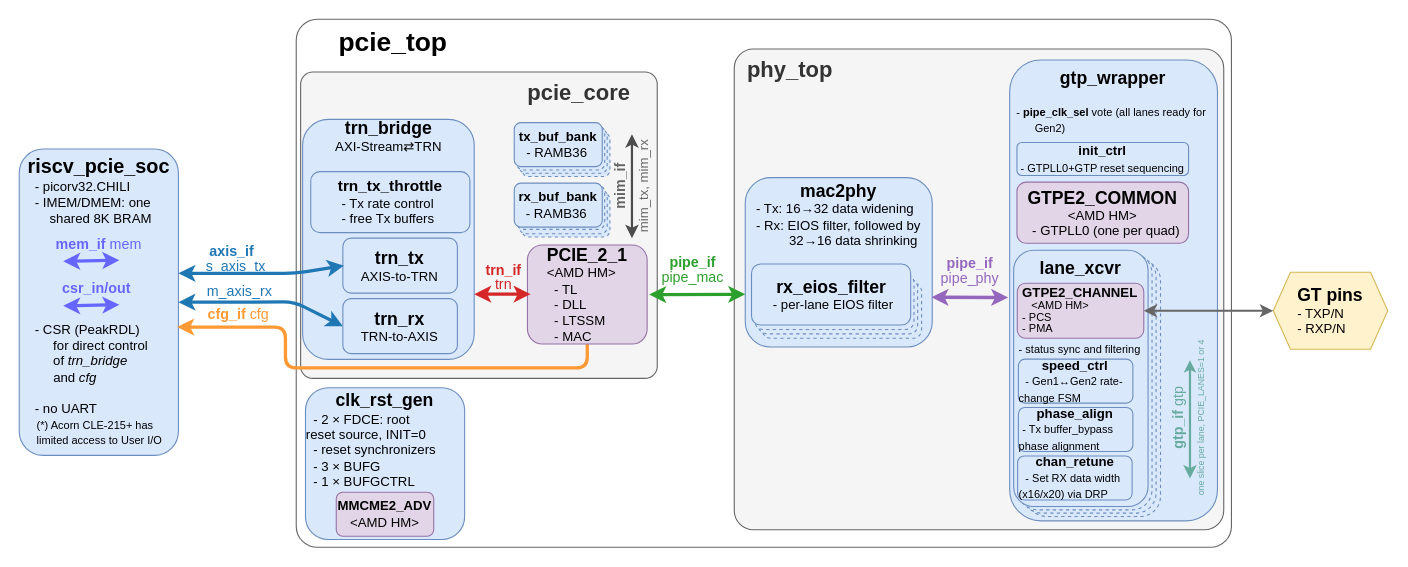
Before: 0.doc/2.rtl/block-diagram.drawio in chili-chips-ba/openPCIE, a draw.io diagram. Source tidied: cells renumbered, new cells numbered last; positions are measured from the earlier drawing's top-left corner, leaving out a move shared by most shapes. Both pictures are drawn from the tidied source at 110%, with x=0, y=0 at pixel (19, 19).
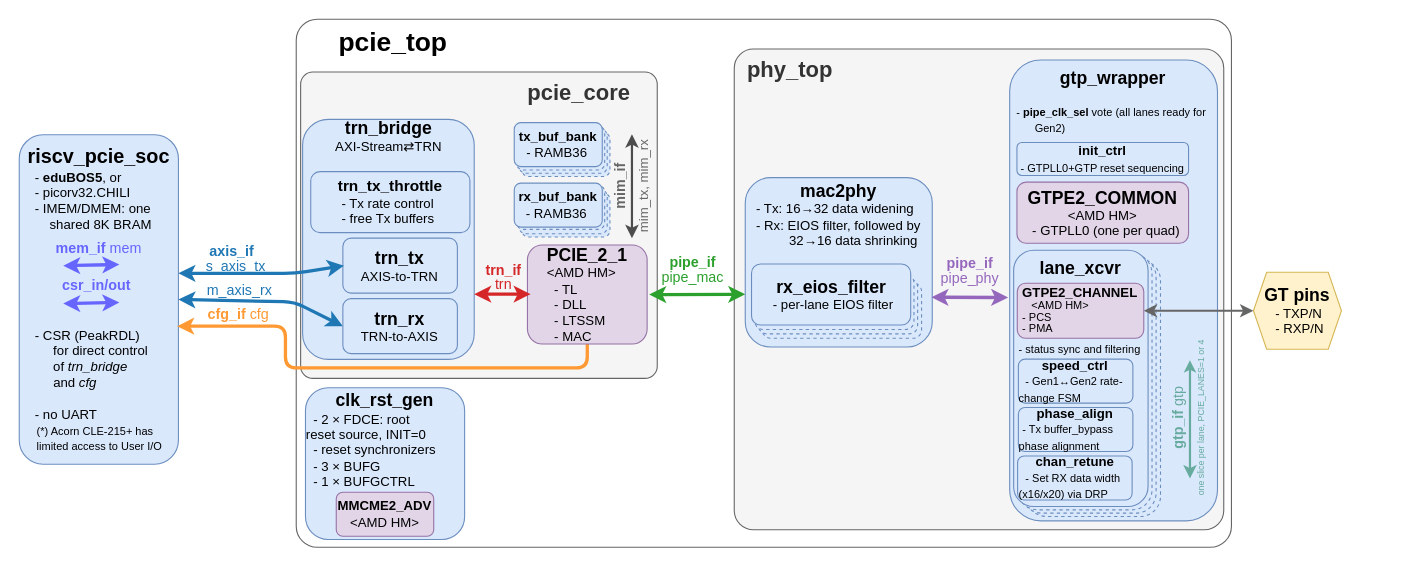
The same page after the edit.

Commit message (it also covers changes not shown here):
block diagram touchups

Diff of the diagram source:
```diff
@@
-    <mxCell id="10" value="&lt;b&gt;&lt;font style=&quot;font-size: 16px;&quot;&gt;GT pins&lt;/font&gt;&lt;/b&gt;&lt;br&gt;&lt;div style=&quot;text-align: left;&quot;&gt;&lt;span style=&quot;background-color: transparent; color: light-dark(rgb(0, 0, 0), rgb(255, 255, 255));&quot;&gt;- TXP/N&lt;/span&gt;&lt;/div&gt;&lt;div style=&quot;text-align: left;&quot;&gt;- RXP/N&lt;/div&gt;" style="shape=hexagon;perimeter=hexagonPerimeter2;size=0.15;whiteSpace=wrap;html=1;fillColor=#fff2cc;strokeColor=#d6b656;" parent="1" vertex="1">
-      <mxGeometry x="1140" y="230" width="104.1" height="70" as="geometry" />
+    <mxCell id="10" value="&lt;b&gt;&lt;font style=&quot;font-size: 16px;&quot;&gt;GT pins&lt;/font&gt;&lt;/b&gt;&lt;br&gt;&lt;div style=&quot;text-align: left;&quot;&gt;&lt;span style=&quot;background-color: transparent; color: light-dark(rgb(0, 0, 0), rgb(255, 255, 255));&quot;&gt;&amp;nbsp; &amp;nbsp;- TXP/N&lt;/span&gt;&lt;/div&gt;&lt;div style=&quot;text-align: left;&quot;&gt;&amp;nbsp; &amp;nbsp;- RXP/N&lt;/div&gt;" style="shape=hexagon;perimeter=hexagonPerimeter2;size=0.15;whiteSpace=wrap;html=1;fillColor=#fff2cc;strokeColor=#d6b656;" parent="1" vertex="1">
+      <mxGeometry x="1122" y="230" width="80" height="70" as="geometry" />
     </mxCell>
-    <mxCell id="11" value="&lt;b&gt;&lt;font style=&quot;font-size: 18px;&quot;&gt;riscv_pcie_soc&lt;/font&gt;&lt;/b&gt;&lt;div&gt;&lt;div&gt;&lt;div style=&quot;text-align: left;&quot;&gt;&lt;span style=&quot;background-color: transparent; color: light-dark(rgb(0, 0, 0), rgb(255, 255, 255));&quot;&gt;&amp;nbsp; - picorv32.CHILI&lt;/span&gt;&lt;/div&gt;&lt;div style=&quot;text-align: left;&quot;&gt;&amp;nbsp; -&amp;nbsp;IMEM/DMEM: one&lt;/div&gt;&lt;div style=&quot;text-align: left;&quot;&gt;&amp;nbsp; &amp;nbsp; &amp;nbsp; shared 8K BRAM&lt;/div&gt;&lt;div style=&quot;text-align: left;&quot;&gt;&lt;br&gt;&lt;/div&gt;&lt;div style=&quot;text-align: left;&quot;&gt;&lt;br&gt;&lt;/div&gt;&lt;div style=&quot;text-align: left;&quot;&gt;&lt;br&gt;&lt;/div&gt;&lt;div style=&quot;text-align: left;&quot;&gt;&lt;br&gt;&lt;/div&gt;&lt;div style=&quot;text-align: left;&quot;&gt;&lt;br&gt;&lt;/div&gt;&lt;div style=&quot;text-align: left;&quot;&gt;&amp;nbsp;&amp;nbsp;&lt;/div&gt;&lt;div style=&quot;text-align: left;&quot;&gt;&amp;nbsp; - CSR (PeakRDL)&lt;/div&gt;&lt;div style=&quot;text-align: left;&quot;&gt;&amp;nbsp; &amp;nbsp; &amp;nbsp; &amp;nbsp;for direct control&lt;/div&gt;&lt;div style=&quot;text-align: left;&quot;&gt;&amp;nbsp; &amp;nbsp; &amp;nbsp; &amp;nbsp;of &lt;i style=&quot;background-color: transparent; color: light-dark(rgb(0, 0, 0), rgb(255, 255, 255));&quot;&gt;trn_bridge&lt;/i&gt;&lt;/div&gt;&lt;div style=&quot;text-align: left;&quot;&gt;&lt;i style=&quot;background-color: transparent; color: light-dark(rgb(0, 0, 0), rgb(255, 255, 255));&quot;&gt;&amp;nbsp; &amp;nbsp; &amp;nbsp; &amp;nbsp;&lt;/i&gt;&lt;span style=&quot;background-color: transparent; color: light-dark(rgb(0, 0, 0), rgb(255, 255, 255));&quot;&gt;and&lt;/span&gt;&lt;i style=&quot;background-color: transparent; color: light-dark(rgb(0, 0, 0), rgb(255, 255, 255));&quot;&gt; cfg&lt;/i&gt;&lt;/div&gt;&lt;div style=&quot;text-align: left;&quot;&gt;&lt;br&gt;&lt;/div&gt;&lt;div style=&quot;text-align: left;&quot;&gt;&lt;span style=&quot;background-color: transparent; color: light-dark(rgb(0, 0, 0), rgb(255, 255, 255));&quot;&gt;&amp;nbsp; - no UART&lt;/span&gt;&lt;/div&gt;&lt;div style=&quot;text-align: left;&quot;&gt;&lt;span style=&quot;font-size: 10px; background-color: transparent; color: light-dark(rgb(0, 0, 0), rgb(255, 255, 255));&quot;&gt;&amp;nbsp; &amp;nbsp;(*) Acorn CLE-215+ has&lt;/span&gt;&lt;span style=&quot;font-size: 10px; background-color: transparent; color: light-dark(rgb(0, 0, 0), rgb(255, 255, 255));&quot;&gt;&amp;nbsp;&lt;/span&gt;&lt;/div&gt;&lt;div style=&quot;text-align: left;&quot;&gt;&lt;span style=&quot;font-size: 10px; background-color: transparent; color: light-dark(rgb(0, 0, 0), rgb(255, 255, 255));&quot;&gt;&amp;nbsp; &amp;nbsp;limited access to User I/O&lt;/span&gt;&lt;/div&gt;&lt;/div&gt;&lt;/div&gt;" style="rounded=1;whiteSpace=wrap;html=1;fillColor=#dae8fc;strokeColor=#6c8ebf;points=[[0,0,1,0,0],[0,0.125,0,0,0],[0,0.25,1,0,0],[0,0.75,1,0,0],[0,1,1,0,0],[0.25,0,1,0,0],[0.25,1,1,0,0],[0.5,0,1,0,0],[0.5,1,1,0,0],[0.75,0,1,0,0],[0.75,1,1,0,0],[1,0,1,0,0],[1,0.25,1,0,0],[1,0.4,0,0,0],[1,0.5,0,0,0],[1,0.604348,0,0,0],[1,1,1,0,0]];" parent="1" vertex="1">
-      <mxGeometry y="118" width="144.7" height="278.5" as="geometry" />
+    <mxCell id="11" value="&lt;b&gt;&lt;font style=&quot;font-size: 18px;&quot;&gt;riscv_pcie_soc&lt;/font&gt;&lt;/b&gt;&lt;div&gt;&lt;div&gt;&lt;div style=&quot;text-align: left;&quot;&gt;&lt;span style=&quot;background-color: transparent; color: light-dark(rgb(0, 0, 0), rgb(255, 255, 255));&quot;&gt;&amp;nbsp; - &lt;b&gt;eduBOS5&lt;/b&gt;, or&lt;/span&gt;&lt;/div&gt;&lt;div style=&quot;text-align: left;&quot;&gt;&lt;span style=&quot;background-color: transparent; color: light-dark(rgb(0, 0, 0), rgb(255, 255, 255));&quot;&gt;&amp;nbsp; - picorv32.CHILI&lt;/span&gt;&lt;/div&gt;&lt;div style=&quot;text-align: left;&quot;&gt;&amp;nbsp; -&amp;nbsp;IMEM/DMEM: one&lt;/div&gt;&lt;div style=&quot;text-align: left;&quot;&gt;&amp;nbsp; &amp;nbsp; &amp;nbsp; shared 8K BRAM&lt;/div&gt;&lt;div style=&quot;text-align: left;&quot;&gt;&lt;br&gt;&lt;/div&gt;&lt;div style=&quot;text-align: left;&quot;&gt;&lt;br&gt;&lt;/div&gt;&lt;div style=&quot;text-align: left;&quot;&gt;&lt;br&gt;&lt;/div&gt;&lt;div style=&quot;text-align: left;&quot;&gt;&lt;br&gt;&lt;/div&gt;&lt;div style=&quot;text-align: left;&quot;&gt;&lt;br&gt;&lt;/div&gt;&lt;div style=&quot;text-align: left;&quot;&gt;&amp;nbsp;&amp;nbsp;&lt;/div&gt;&lt;div style=&quot;text-align: left;&quot;&gt;&amp;nbsp; - CSR (PeakRDL)&lt;/div&gt;&lt;div style=&quot;text-align: left;&quot;&gt;&amp;nbsp; &amp;nbsp; &amp;nbsp; &amp;nbsp;for direct control&lt;/div&gt;&lt;div style=&quot;text-align: left;&quot;&gt;&amp;nbsp; &amp;nbsp; &amp;nbsp; &amp;nbsp;of &lt;i style=&quot;background-color: transparent; color: light-dark(rgb(0, 0, 0), rgb(255, 255, 255));&quot;&gt;trn_bridge&lt;/i&gt;&lt;/div&gt;&lt;div style=&quot;text-align: left;&quot;&gt;&lt;i style=&quot;background-color: transparent; color: light-dark(rgb(0, 0, 0), rgb(255, 255, 255));&quot;&gt;&amp;nbsp; &amp;nbsp; &amp;nbsp; &amp;nbsp;&lt;/i&gt;&lt;span style=&quot;background-color: transparent; color: light-dark(rgb(0, 0, 0), rgb(255, 255, 255));&quot;&gt;and&lt;/span&gt;&lt;i style=&quot;background-color: transparent; color: light-dark(rgb(0, 0, 0), rgb(255, 255, 255));&quot;&gt; cfg&lt;/i&gt;&lt;/div&gt;&lt;div style=&quot;text-align: left;&quot;&gt;&lt;br&gt;&lt;/div&gt;&lt;div style=&quot;text-align: left;&quot;&gt;&lt;span style=&quot;background-color: transparent; color: light-dark(rgb(0, 0, 0), rgb(255, 255, 255));&quot;&gt;&amp;nbsp; - no UART&lt;/span&gt;&lt;/div&gt;&lt;div style=&quot;text-align: left;&quot;&gt;&lt;span style=&quot;font-size: 10px; background-color: transparent; color: light-dark(rgb(0, 0, 0), rgb(255, 255, 255));&quot;&gt;&amp;nbsp; &amp;nbsp;(*) Acorn CLE-215+ has&lt;/span&gt;&lt;span style=&quot;font-size: 10px; background-color: transparent; color: light-dark(rgb(0, 0, 0), rgb(255, 255, 255));&quot;&gt;&amp;nbsp;&lt;/span&gt;&lt;/div&gt;&lt;div style=&quot;text-align: left;&quot;&gt;&lt;span style=&quot;font-size: 10px; background-color: transparent; color: light-dark(rgb(0, 0, 0), rgb(255, 255, 255));&quot;&gt;&amp;nbsp; &amp;nbsp;limited access to User I/O&lt;/span&gt;&lt;/div&gt;&lt;/div&gt;&lt;/div&gt;" style="rounded=1;whiteSpace=wrap;html=1;fillColor=#dae8fc;strokeColor=#6c8ebf;points=[[0,0,1,0,0],[0,0.125,0,0,0],[0,0.25,1,0,0],[0,0.75,1,0,0],[0,1,1,0,0],[0.25,0,1,0,0],[0.25,1,1,0,0],[0.5,0,1,0,0],[0.5,1,1,0,0],[0.75,0,1,0,0],[0.75,1,1,0,0],[1,0,1,0,0],[1,0.25,1,0,0],[1,0.4,0,0,0],[1,0.5,0,0,0],[1,0.604348,0,0,0],[1,1,1,0,0]];" parent="1" vertex="1">
+      <mxGeometry y="105" width="144.7" height="299.5" as="geometry" />
     </mxCell>
@@
     <mxCell id="32" value="&lt;div style=&quot;line-height: 90%;&quot;&gt;&lt;span style=&quot;color: rgb(102, 102, 255);&quot;&gt;mem_if&amp;nbsp;&lt;/span&gt;&lt;span style=&quot;color: rgb(102, 102, 255); font-weight: normal; background-color: transparent;&quot;&gt;mem&lt;/span&gt;&lt;/div&gt;" style="endArrow=classic;startArrow=classic;html=1;strokeWidth=3;strokeColor=#6666FF;fontColor=#d62728;labelBackgroundColor=none;fontStyle=1;fontSize=13;entryX=-0.001;entryY=0.477;entryDx=0;entryDy=0;exitX=1;exitY=0.75;exitDx=0;exitDy=0;entryPerimeter=0;" parent="1" edge="1">
       <mxGeometry x="0.27" y="15" relative="1" as="geometry">
-        <mxPoint x="40" y="220" as="sourcePoint" />
-        <mxPoint x="91" y="219" as="targetPoint" />
+        <mxPoint x="40" y="224" as="sourcePoint" />
+        <mxPoint x="91" y="223" as="targetPoint" />
         <Array as="points">
-          <mxPoint x="41" y="220" />
+          <mxPoint x="41" y="224" />
         </Array>
       </mxGeometry>
     </mxCell>
     <mxCell id="33" value="&lt;div style=&quot;line-height: 90%;&quot;&gt;&lt;span style=&quot;color: rgb(102, 102, 255);&quot;&gt;csr_in/out&lt;/span&gt;&lt;/div&gt;" style="endArrow=classic;startArrow=classic;html=1;strokeWidth=3;strokeColor=#6666FF;fontColor=#d62728;labelBackgroundColor=none;fontStyle=1;fontSize=13;entryX=-0.001;entryY=0.477;entryDx=0;entryDy=0;exitX=1;exitY=0.75;exitDx=0;exitDy=0;entryPerimeter=0;" parent="1" edge="1">
       <mxGeometry x="0.19" y="16" relative="1" as="geometry">
-        <mxPoint x="40" y="260.5" as="sourcePoint" />
-        <mxPoint x="91" y="259.5" as="targetPoint" />
+        <mxPoint x="40" y="258.5" as="sourcePoint" />
+        <mxPoint x="91" y="257.5" as="targetPoint" />
         <Array as="points">
-          <mxPoint x="41" y="260.5" />
+          <mxPoint x="41" y="258.5" />
         </Array>
       </mxGeometry>
     </mxCell>
```
